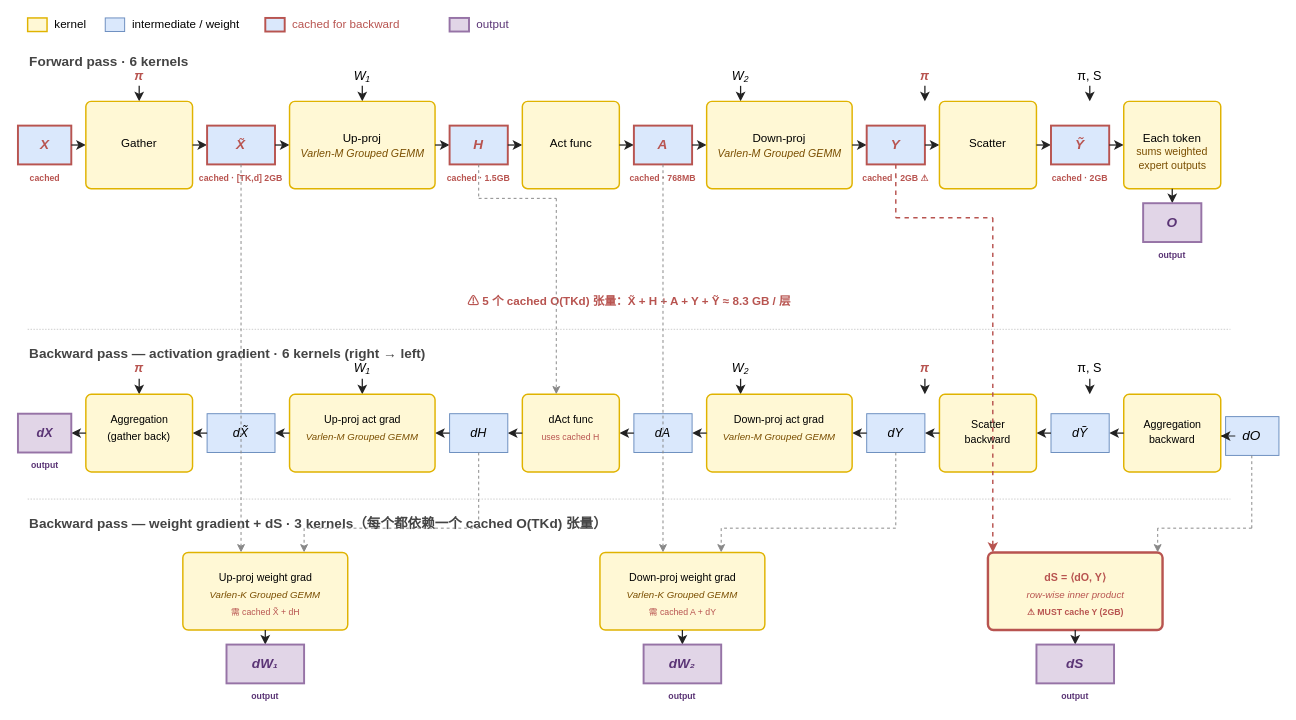
Earlier version of the draw.io diagram static/drawio/2026-04-27-sonicmoe-blackwell-深度解读-fine-grained-moe-kernel-的算法-软件-硬件三层堆叠/figures/F1.drawio (cassiewilliam/blog). Source tidied: cells renumbered, new cells numbered last; positions are measured from the earlier drawing's top-left corner, leaving out a move shared by most shapes. Both pictures are drawn from the tidied source at 97%, with x=0, y=0 at pixel (17, 16).
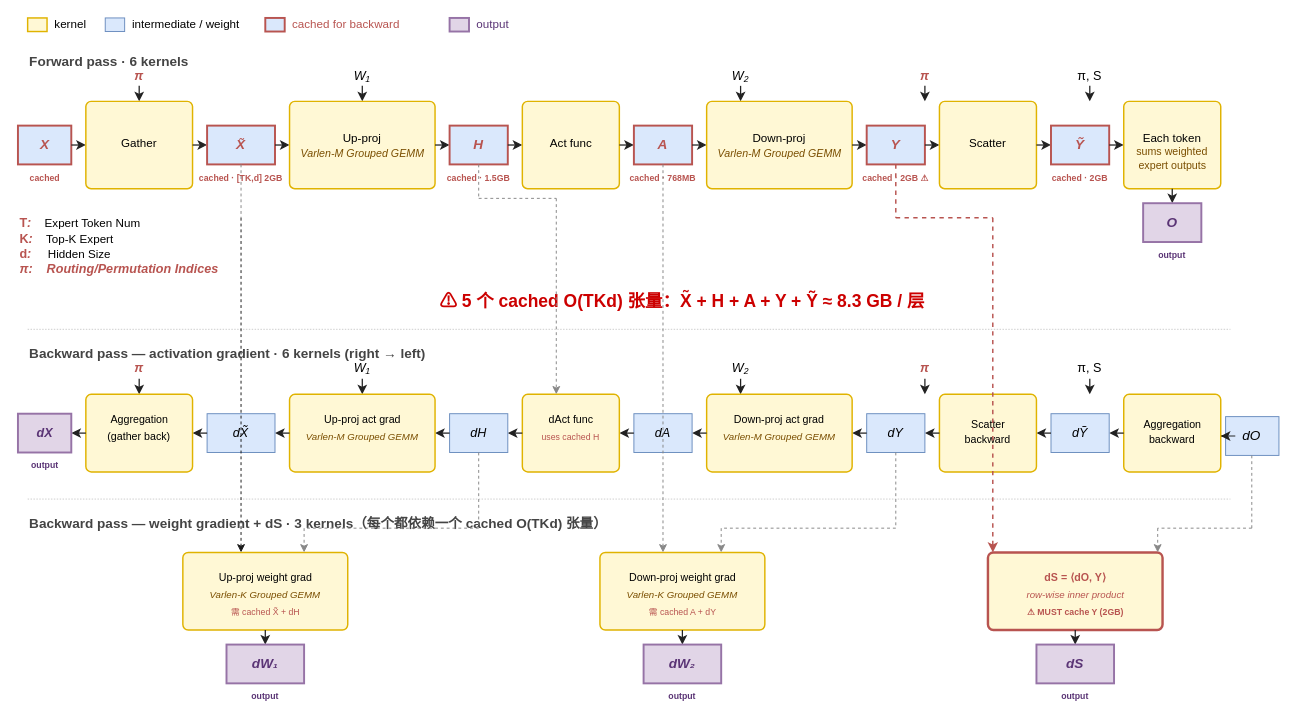
Above is the later version.

Commit message (it also covers changes not shown here):
edit /drawio/2026-04-27-sonicmoe-blackwell-深度解读-fine-grained-moe-kernel-的算法-软件-硬件三层堆叠/figures/F1.drawio via drawio embed

Change to the diagram source:
```diff
@@
-    <mxCell id="71" value="⚠ 5 个 cached O(TKd) 张量：X̃ + H + A + Y + Ỹ ≈ 8.3 GB / 层" style="text;html=1;align=center;verticalAlign=middle;whiteSpace=wrap;fontSize=12;fontColor=#b85450;fontStyle=1;" parent="1" vertex="1">
-      <mxGeometry x="429.5" y="284.5" width="401" height="16" as="geometry" />
+    <mxCell id="71" value="⚠ 5 个 cached O(TKd) 张量：X̃ + H + A + Y + Ỹ ≈ 8.3 GB / 层" style="text;html=1;align=center;verticalAlign=middle;whiteSpace=wrap;fontSize=18;fontColor=#CC0000;fontStyle=1;" parent="1" vertex="1">
+      <mxGeometry x="429.5" y="284.5" width="509.5" height="16" as="geometry" />
     </mxCell>
@@
-    <mxCell id="148" style="endArrow=classic;strokeColor=#888;strokeWidth=1;dashed=1;html=1;" parent="1" edge="1">
+    <mxCell id="148" style="endArrow=classic;strokeColor=#1A1A1A;strokeWidth=1;dashed=1;html=1;" parent="1" edge="1">
       <mxGeometry relative="1" as="geometry">
         <mxPoint x="230" y="207" as="sourcePoint" />
         <mxPoint x="230" y="552" as="targetPoint" />
       </mxGeometry>
     </mxCell>
@@
+    <mxCell id="179" value="&lt;font style=&quot;font-size: 13px;&quot;&gt;&lt;span style=&quot;color: rgb(184, 84, 80); font-weight: 700; text-align: center;&quot;&gt;T&lt;/span&gt;&lt;span style=&quot;color: rgb(184, 84, 80); font-style: italic; font-weight: 700; text-align: center;&quot;&gt;:&lt;/span&gt;&lt;/font&gt;&lt;span style=&quot;color: rgb(184, 84, 80); font-size: 13px; font-style: italic; font-weight: 700; text-align: center;&quot;&gt;&amp;nbsp;&lt;/span&gt;&amp;nbsp; &amp;nbsp;Expert Token Num&lt;br&gt;&lt;b&gt;&lt;font style=&quot;font-size: 13px;&quot;&gt;&lt;span style=&quot;color: rgb(184, 84, 80); text-align: center;&quot;&gt;K&lt;/span&gt;&lt;span style=&quot;color: rgb(184, 84, 80); font-style: italic; text-align: center;&quot;&gt;:&lt;/span&gt;&lt;/font&gt;&lt;span style=&quot;color: rgb(184, 84, 80); font-size: 13px; font-style: italic; text-align: center;&quot;&gt;&amp;nbsp;&lt;/span&gt;&lt;/b&gt;&amp;nbsp; &amp;nbsp;Top-K Expert&lt;br&gt;&lt;font style=&quot;font-size: 13px;&quot;&gt;&lt;span style=&quot;color: rgb(184, 84, 80); font-weight: 700; text-align: center;&quot;&gt;d&lt;/span&gt;&lt;span style=&quot;color: rgb(184, 84, 80); font-style: italic; font-weight: 700; text-align: center;&quot;&gt;:&amp;nbsp;&lt;/span&gt;&lt;/font&gt;&amp;nbsp; &amp;nbsp; Hidden Size&lt;div&gt;&lt;span style=&quot;color: rgb(184, 84, 80); font-size: 13px; font-style: italic; font-weight: 700; text-align: center;&quot;&gt;π:&amp;nbsp; &amp;nbsp; Routing/Permutation Indices&lt;/span&gt;&lt;/div&gt;" style="text;html=1;whiteSpace=wrap;strokeColor=none;fillColor=none;align=left;verticalAlign=middle;rounded=0;" parent="1" vertex="1">
+      <mxGeometry y="206" width="209" height="59" as="geometry" />
+    </mxCell>
```
